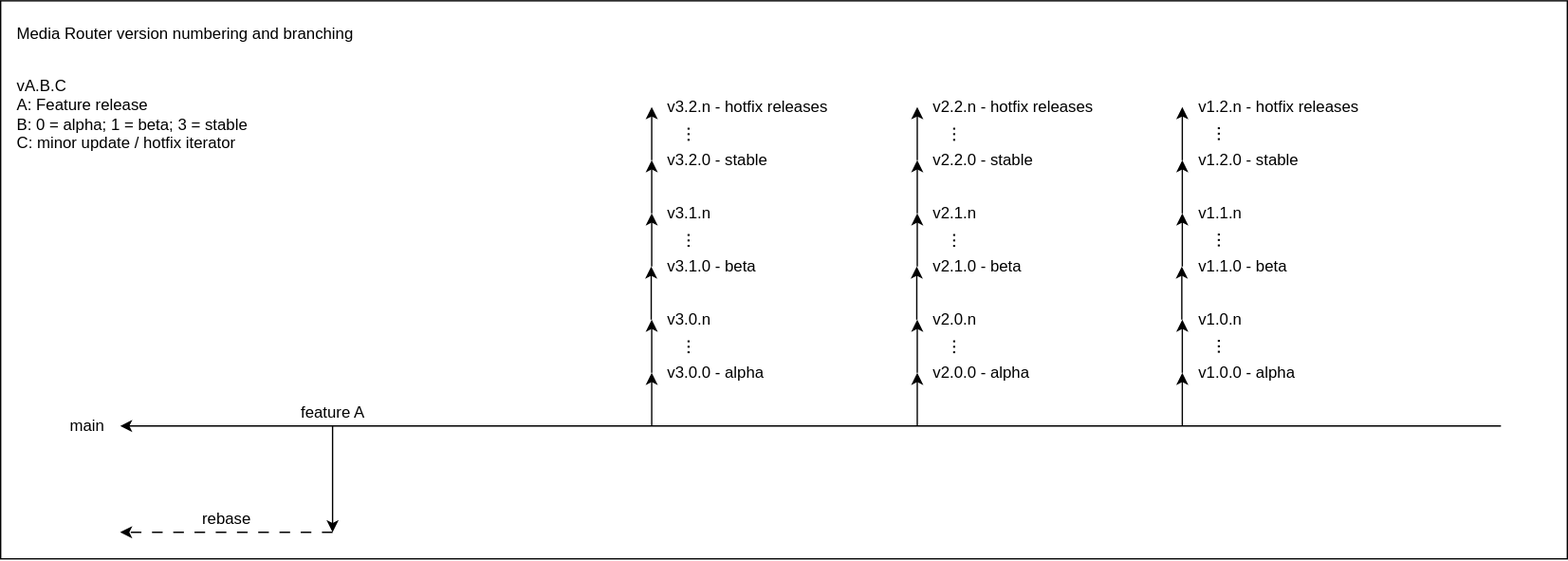
The draw.io diagram doc/version-numbering-and-branching.drawio.svg in bccsa/media-router, before a commit. Source tidied: cells renumbered, new cells last; positions are measured from the earlier drawing's top-left corner, leaving out a move shared by most shapes.
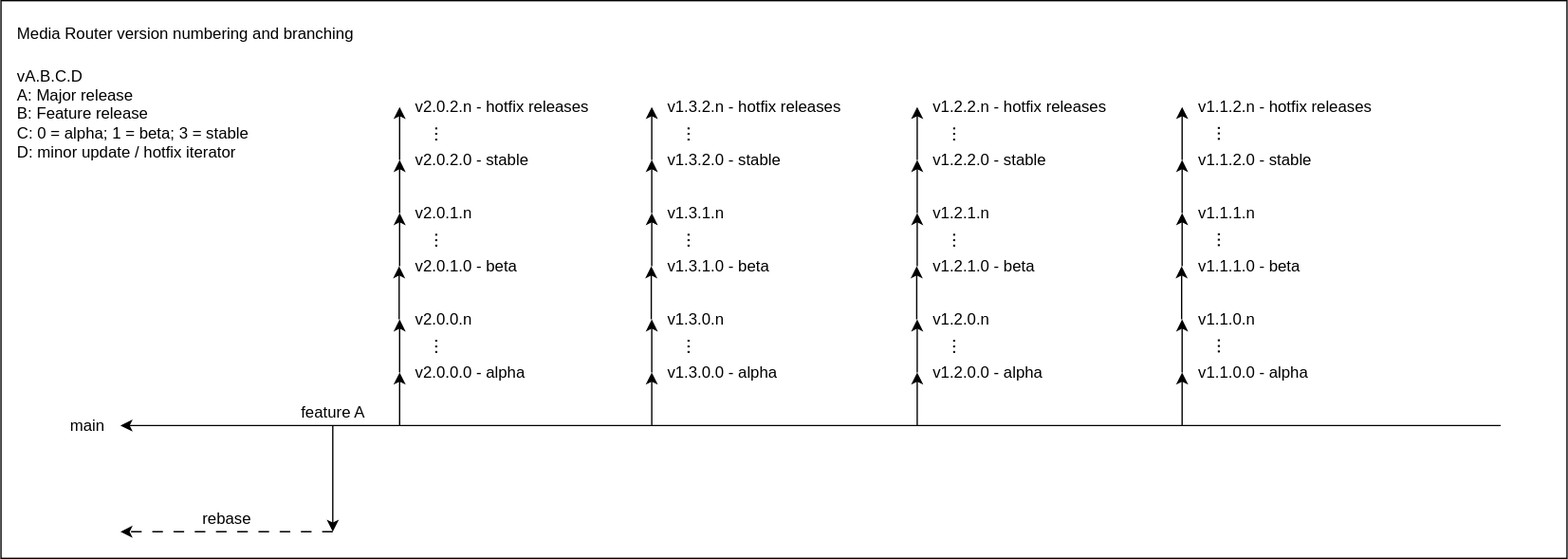
Above is the later version.

Commit message:
update branching strategy to a 4 number release

What changed in the source:
```diff
@@ -23,7 +23,7 @@
     <mxCell id="6" value="Media Router version numbering and branching" style="text;html=1;align=left;verticalAlign=middle;whiteSpace=wrap;rounded=0;" parent="1" vertex="1">
       <mxGeometry x="10" y="10" width="280" height="30" as="geometry" />
     </mxCell>
-    <mxCell id="7" value="vA.B.C&lt;div&gt;A: Feature release&lt;/div&gt;&lt;div&gt;B: 0 = alpha; 1 = beta; 3 = stable&lt;/div&gt;&lt;div&gt;C: minor update / hotfix iterator&lt;/div&gt;" style="text;html=1;align=left;verticalAlign=middle;whiteSpace=wrap;rounded=0;" parent="1" vertex="1">
+    <mxCell id="7" value="vA.B.C.D&lt;br&gt;A: Major release&lt;br&gt;&lt;div&gt;B: Feature release&lt;/div&gt;&lt;div&gt;C: 0 = alpha; 1 = beta; 3 = stable&lt;/div&gt;&lt;div&gt;D: minor update / hotfix iterator&lt;/div&gt;" style="text;html=1;align=left;verticalAlign=middle;whiteSpace=wrap;rounded=0;" parent="1" vertex="1">
       <mxGeometry x="10" y="50" width="240" height="70" as="geometry" />
     </mxCell>
     <mxCell id="8" style="endArrow=classic;html=1;rounded=0;" parent="1" edge="1">
@@ -32,10 +32,10 @@
         <mxPoint x="890" y="240" as="targetPoint" />
       </mxGeometry>
     </mxCell>
-    <mxCell id="9" value="v1.0.0 - alpha" style="text;html=1;align=left;verticalAlign=middle;whiteSpace=wrap;rounded=0;" parent="1" vertex="1">
+    <mxCell id="9" value="v1.1.0.0 - alpha" style="text;html=1;align=left;verticalAlign=middle;whiteSpace=wrap;rounded=0;" parent="1" vertex="1">
       <mxGeometry x="900" y="270" width="110" height="20" as="geometry" />
     </mxCell>
-    <mxCell id="10" value="v1.0.n" style="text;html=1;align=left;verticalAlign=middle;whiteSpace=wrap;rounded=0;" parent="1" vertex="1">
+    <mxCell id="10" value="v1.1.0.n" style="text;html=1;align=left;verticalAlign=middle;whiteSpace=wrap;rounded=0;" parent="1" vertex="1">
       <mxGeometry x="900" y="230" width="110" height="20" as="geometry" />
     </mxCell>
     <mxCell id="11" value="..." style="text;html=1;align=center;verticalAlign=middle;whiteSpace=wrap;rounded=0;rotation=-90;fontSize=15;" parent="1" vertex="1">
@@ -47,10 +47,10 @@
         <mxPoint x="889.6" y="200" as="targetPoint" />
       </mxGeometry>
     </mxCell>
-    <mxCell id="13" value="v1.1.0 - beta" style="text;html=1;align=left;verticalAlign=middle;whiteSpace=wrap;rounded=0;" parent="1" vertex="1">
+    <mxCell id="13" value="v1.1.1.0 - beta" style="text;html=1;align=left;verticalAlign=middle;whiteSpace=wrap;rounded=0;" parent="1" vertex="1">
       <mxGeometry x="900" y="190" width="110" height="20" as="geometry" />
     </mxCell>
-    <mxCell id="14" value="v1.1.n" style="text;html=1;align=left;verticalAlign=middle;whiteSpace=wrap;rounded=0;" parent="1" vertex="1">
+    <mxCell id="14" value="v1.1.1.n" style="text;html=1;align=left;verticalAlign=middle;whiteSpace=wrap;rounded=0;" parent="1" vertex="1">
       <mxGeometry x="900" y="150" width="110" height="20" as="geometry" />
     </mxCell>
     <mxCell id="15" value="..." style="text;html=1;align=center;verticalAlign=middle;whiteSpace=wrap;rounded=0;rotation=-90;fontSize=15;" parent="1" vertex="1">
@@ -74,11 +74,11 @@
         <mxPoint x="890" y="80" as="targetPoint" />
       </mxGeometry>
     </mxCell>
-    <mxCell id="19" value="v1.2.0 - stable" style="text;html=1;align=left;verticalAlign=middle;whiteSpace=wrap;rounded=0;" parent="1" vertex="1">
+    <mxCell id="19" value="v1.1.2.0 - stable" style="text;html=1;align=left;verticalAlign=middle;whiteSpace=wrap;rounded=0;" parent="1" vertex="1">
       <mxGeometry x="900" y="110" width="110" height="20" as="geometry" />
     </mxCell>
-    <mxCell id="20" value="v1.2.n - hotfix releases" style="text;html=1;align=left;verticalAlign=middle;whiteSpace=wrap;rounded=0;" parent="1" vertex="1">
-      <mxGeometry x="900" y="70" width="130" height="20" as="geometry" />
+    <mxCell id="20" value="v1.1.2.n - hotfix releases" style="text;html=1;align=left;verticalAlign=middle;whiteSpace=wrap;rounded=0;" parent="1" vertex="1">
+      <mxGeometry x="900" y="70" width="160" height="20" as="geometry" />
     </mxCell>
     <mxCell id="21" value="..." style="text;html=1;align=center;verticalAlign=middle;whiteSpace=wrap;rounded=0;rotation=-90;fontSize=15;" parent="1" vertex="1">
       <mxGeometry x="905" y="90" width="15" height="20" as="geometry" />
@@ -95,10 +95,10 @@
         <mxPoint x="690.4" y="240" as="targetPoint" />
       </mxGeometry>
     </mxCell>
-    <mxCell id="24" value="v2.0.0 - alpha" style="text;html=1;align=left;verticalAlign=middle;whiteSpace=wrap;rounded=0;" parent="1" vertex="1">
+    <mxCell id="24" value="v1.2.0.0 - alpha" style="text;html=1;align=left;verticalAlign=middle;whiteSpace=wrap;rounded=0;" parent="1" vertex="1">
       <mxGeometry x="700.4" y="270" width="110" height="20" as="geometry" />
     </mxCell>
-    <mxCell id="25" value="v2.0.n" style="text;html=1;align=left;verticalAlign=middle;whiteSpace=wrap;rounded=0;" parent="1" vertex="1">
+    <mxCell id="25" value="v1.2.0.n" style="text;html=1;align=left;verticalAlign=middle;whiteSpace=wrap;rounded=0;" parent="1" vertex="1">
       <mxGeometry x="700.4" y="230" width="110" height="20" as="geometry" />
     </mxCell>
     <mxCell id="26" value="..." style="text;html=1;align=center;verticalAlign=middle;whiteSpace=wrap;rounded=0;rotation=-90;fontSize=15;" parent="1" vertex="1">
@@ -110,10 +110,10 @@
         <mxPoint x="690" y="200" as="targetPoint" />
       </mxGeometry>
     </mxCell>
-    <mxCell id="28" value="v2.1.0 - beta" style="text;html=1;align=left;verticalAlign=middle;whiteSpace=wrap;rounded=0;" parent="1" vertex="1">
+    <mxCell id="28" value="v1.2.1.0 - beta" style="text;html=1;align=left;verticalAlign=middle;whiteSpace=wrap;rounded=0;" parent="1" vertex="1">
       <mxGeometry x="700.4" y="190" width="110" height="20" as="geometry" />
     </mxCell>
-    <mxCell id="29" value="v2.1.n" style="text;html=1;align=left;verticalAlign=middle;whiteSpace=wrap;rounded=0;" parent="1" vertex="1">
+    <mxCell id="29" value="v1.2.1.n" style="text;html=1;align=left;verticalAlign=middle;whiteSpace=wrap;rounded=0;" parent="1" vertex="1">
       <mxGeometry x="700.4" y="150" width="110" height="20" as="geometry" />
     </mxCell>
     <mxCell id="30" value="..." style="text;html=1;align=center;verticalAlign=middle;whiteSpace=wrap;rounded=0;rotation=-90;fontSize=15;" parent="1" vertex="1">
@@ -137,11 +137,11 @@
         <mxPoint x="690.4" y="80" as="targetPoint" />
       </mxGeometry>
     </mxCell>
-    <mxCell id="34" value="v2.2.0 - stable" style="text;html=1;align=left;verticalAlign=middle;whiteSpace=wrap;rounded=0;" parent="1" vertex="1">
+    <mxCell id="34" value="v1.2.2.0 - stable" style="text;html=1;align=left;verticalAlign=middle;whiteSpace=wrap;rounded=0;" parent="1" vertex="1">
       <mxGeometry x="700.4" y="110" width="110" height="20" as="geometry" />
     </mxCell>
-    <mxCell id="35" value="v2.2.n - hotfix releases" style="text;html=1;align=left;verticalAlign=middle;whiteSpace=wrap;rounded=0;" parent="1" vertex="1">
-      <mxGeometry x="700.4" y="70" width="130" height="20" as="geometry" />
+    <mxCell id="35" value="v1.2.2.n - hotfix releases" style="text;html=1;align=left;verticalAlign=middle;whiteSpace=wrap;rounded=0;" parent="1" vertex="1">
+      <mxGeometry x="700.4" y="70" width="159.6" height="20" as="geometry" />
     </mxCell>
     <mxCell id="36" value="..." style="text;html=1;align=center;verticalAlign=middle;whiteSpace=wrap;rounded=0;rotation=-90;fontSize=15;" parent="1" vertex="1">
       <mxGeometry x="705.4" y="90" width="15" height="20" as="geometry" />
@@ -158,10 +158,10 @@
         <mxPoint x="490.4" y="240" as="targetPoint" />
       </mxGeometry>
     </mxCell>
-    <mxCell id="39" value="v3.0.0 - alpha" style="text;html=1;align=left;verticalAlign=middle;whiteSpace=wrap;rounded=0;" parent="1" vertex="1">
+    <mxCell id="39" value="v1.3.0.0 - alpha" style="text;html=1;align=left;verticalAlign=middle;whiteSpace=wrap;rounded=0;" parent="1" vertex="1">
       <mxGeometry x="500.4" y="270" width="110" height="20" as="geometry" />
     </mxCell>
-    <mxCell id="40" value="v3.0.n" style="text;html=1;align=left;verticalAlign=middle;whiteSpace=wrap;rounded=0;" parent="1" vertex="1">
+    <mxCell id="40" value="v1.3.0.n" style="text;html=1;align=left;verticalAlign=middle;whiteSpace=wrap;rounded=0;" parent="1" vertex="1">
       <mxGeometry x="500.4" y="230" width="110" height="20" as="geometry" />
     </mxCell>
     <mxCell id="41" value="..." style="text;html=1;align=center;verticalAlign=middle;whiteSpace=wrap;rounded=0;rotation=-90;fontSize=15;" parent="1" vertex="1">
@@ -173,10 +173,10 @@
         <mxPoint x="490" y="200" as="targetPoint" />
       </mxGeometry>
     </mxCell>
-    <mxCell id="43" value="v3.1.0 - beta" style="text;html=1;align=left;verticalAlign=middle;whiteSpace=wrap;rounded=0;" parent="1" vertex="1">
+    <mxCell id="43" value="v1.3.1.0 - beta" style="text;html=1;align=left;verticalAlign=middle;whiteSpace=wrap;rounded=0;" parent="1" vertex="1">
       <mxGeometry x="500.4" y="190" width="110" height="20" as="geometry" />
     </mxCell>
-    <mxCell id="44" value="v3.1.n" style="text;html=1;align=left;verticalAlign=middle;whiteSpace=wrap;rounded=0;" parent="1" vertex="1">
+    <mxCell id="44" value="v1.3.1.n" style="text;html=1;align=left;verticalAlign=middle;whiteSpace=wrap;rounded=0;" parent="1" vertex="1">
       <mxGeometry x="500.4" y="150" width="110" height="20" as="geometry" />
     </mxCell>
     <mxCell id="45" value="..." style="text;html=1;align=center;verticalAlign=middle;whiteSpace=wrap;rounded=0;rotation=-90;fontSize=15;" parent="1" vertex="1">
@@ -200,11 +200,11 @@
         <mxPoint x="490.4" y="80" as="targetPoint" />
       </mxGeometry>
     </mxCell>
-    <mxCell id="49" value="v3.2.0 - stable" style="text;html=1;align=left;verticalAlign=middle;whiteSpace=wrap;rounded=0;" parent="1" vertex="1">
+    <mxCell id="49" value="v1.3.2.0 - stable" style="text;html=1;align=left;verticalAlign=middle;whiteSpace=wrap;rounded=0;" parent="1" vertex="1">
       <mxGeometry x="500.4" y="110" width="110" height="20" as="geometry" />
     </mxCell>
-    <mxCell id="50" value="v3.2.n - hotfix releases" style="text;html=1;align=left;verticalAlign=middle;whiteSpace=wrap;rounded=0;" parent="1" vertex="1">
-      <mxGeometry x="500.4" y="70" width="130" height="20" as="geometry" />
+    <mxCell id="50" value="v1.3.2.n - hotfix releases" style="text;html=1;align=left;verticalAlign=middle;whiteSpace=wrap;rounded=0;" parent="1" vertex="1">
+      <mxGeometry x="500.4" y="70" width="149.6" height="20" as="geometry" />
     </mxCell>
     <mxCell id="51" value="..." style="text;html=1;align=center;verticalAlign=middle;whiteSpace=wrap;rounded=0;rotation=-90;fontSize=15;" parent="1" vertex="1">
       <mxGeometry x="505.4" y="90" width="15" height="20" as="geometry" />
@@ -227,5 +227,68 @@
     <mxCell id="55" value="rebase" style="text;html=1;align=center;verticalAlign=middle;whiteSpace=wrap;rounded=0;" parent="1" vertex="1">
       <mxGeometry x="140" y="380" width="60" height="20" as="geometry" />
     </mxCell>
+    <mxCell id="56" style="endArrow=classic;html=1;rounded=0;" parent="1" edge="1">
+      <mxGeometry relative="1" as="geometry">
+        <mxPoint x="300.4" y="320" as="sourcePoint" />
+        <mxPoint x="300.4" y="280" as="targetPoint" />
+      </mxGeometry>
+    </mxCell>
+    <mxCell id="57" style="endArrow=classic;html=1;rounded=0;" parent="1" edge="1">
+      <mxGeometry relative="1" as="geometry">
+        <mxPoint x="300.4" y="280" as="sourcePoint" />
+        <mxPoint x="300.4" y="240" as="targetPoint" />
+      </mxGeometry>
+    </mxCell>
+    <mxCell id="58" value="v2.0.0.0 - alpha" style="text;html=1;align=left;verticalAlign=middle;whiteSpace=wrap;rounded=0;" parent="1" vertex="1">
+      <mxGeometry x="310.4" y="270" width="110" height="20" as="geometry" />
+    </mxCell>
+    <mxCell id="59" value="v2.0&lt;span style=&quot;background-color: transparent; color: light-dark(rgb(0, 0, 0), rgb(255, 255, 255));&quot;&gt;.0.n&lt;/span&gt;" style="text;html=1;align=left;verticalAlign=middle;whiteSpace=wrap;rounded=0;" parent="1" vertex="1">
+      <mxGeometry x="310.4" y="230" width="110" height="20" as="geometry" />
+    </mxCell>
+    <mxCell id="60" value="..." style="text;html=1;align=center;verticalAlign=middle;whiteSpace=wrap;rounded=0;rotation=-90;fontSize=15;" parent="1" vertex="1">
+      <mxGeometry x="315.4" y="250" width="15" height="20" as="geometry" />
+    </mxCell>
+    <mxCell id="61" style="endArrow=classic;html=1;rounded=0;" parent="1" edge="1">
+      <mxGeometry relative="1" as="geometry">
+        <mxPoint x="300" y="240" as="sourcePoint" />
+        <mxPoint x="300" y="200" as="targetPoint" />
+      </mxGeometry>
+    </mxCell>
+    <mxCell id="62" value="v2.0&lt;span style=&quot;background-color: transparent; color: light-dark(rgb(0, 0, 0), rgb(255, 255, 255));&quot;&gt;.1.0 - beta&lt;/span&gt;" style="text;html=1;align=left;verticalAlign=middle;whiteSpace=wrap;rounded=0;" parent="1" vertex="1">
+      <mxGeometry x="310.4" y="190" width="110" height="20" as="geometry" />
+    </mxCell>
+    <mxCell id="63" value="v2.0.1.n" style="text;html=1;align=left;verticalAlign=middle;whiteSpace=wrap;rounded=0;" parent="1" vertex="1">
+      <mxGeometry x="310.4" y="150" width="110" height="20" as="geometry" />
+    </mxCell>
+    <mxCell id="64" value="..." style="text;html=1;align=center;verticalAlign=middle;whiteSpace=wrap;rounded=0;rotation=-90;fontSize=15;" parent="1" vertex="1">
+      <mxGeometry x="315.4" y="170" width="15" height="20" as="geometry" />
+    </mxCell>
+    <mxCell id="65" style="endArrow=classic;html=1;rounded=0;" parent="1" edge="1">
+      <mxGeometry relative="1" as="geometry">
+        <mxPoint x="300.4" y="200" as="sourcePoint" />
+        <mxPoint x="300.4" y="160" as="targetPoint" />
+      </mxGeometry>
+    </mxCell>
+    <mxCell id="66" style="endArrow=classic;html=1;rounded=0;" parent="1" edge="1">
+      <mxGeometry relative="1" as="geometry">
+        <mxPoint x="300.4" y="160" as="sourcePoint" />
+        <mxPoint x="300.4" y="120" as="targetPoint" />
+      </mxGeometry>
+    </mxCell>
+    <mxCell id="67" style="endArrow=classic;html=1;rounded=0;" parent="1" edge="1">
+      <mxGeometry relative="1" as="geometry">
+        <mxPoint x="300.4" y="120" as="sourcePoint" />
+        <mxPoint x="300.4" y="80" as="targetPoint" />
+      </mxGeometry>
+    </mxCell>
+    <mxCell id="68" value="v2.0.2.0 - stable" style="text;html=1;align=left;verticalAlign=middle;whiteSpace=wrap;rounded=0;" parent="1" vertex="1">
+      <mxGeometry x="310.4" y="110" width="110" height="20" as="geometry" />
+    </mxCell>
+    <mxCell id="69" value="v2.0&lt;span style=&quot;background-color: transparent; color: light-dark(rgb(0, 0, 0), rgb(255, 255, 255));&quot;&gt;.2.n - hotfix releases&lt;/span&gt;" style="text;html=1;align=left;verticalAlign=middle;whiteSpace=wrap;rounded=0;" parent="1" vertex="1">
+      <mxGeometry x="310.4" y="70" width="149.6" height="20" as="geometry" />
+    </mxCell>
+    <mxCell id="70" value="..." style="text;html=1;align=center;verticalAlign=middle;whiteSpace=wrap;rounded=0;rotation=-90;fontSize=15;" parent="1" vertex="1">
+      <mxGeometry x="315.4" y="90" width="15" height="20" as="geometry" />
+    </mxCell>
   </root>
 </mxGraphModel>
```
